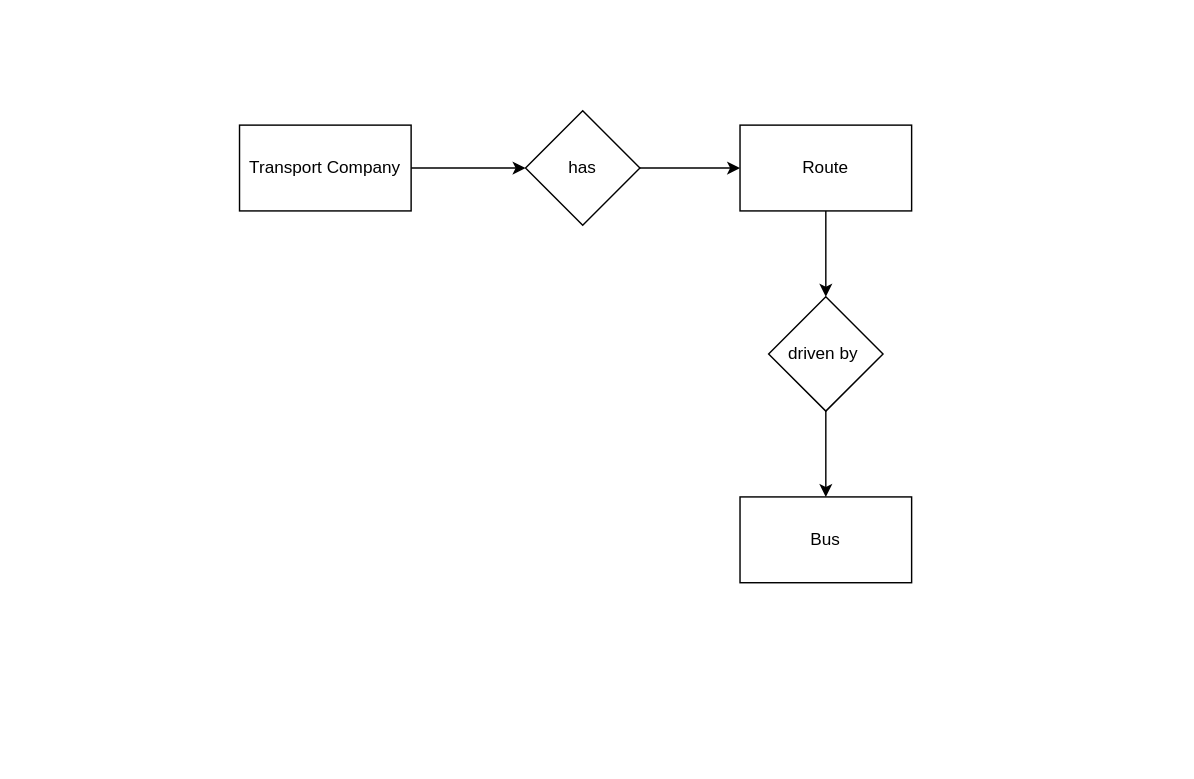
Earlier version of the draw.io diagram page "Page-2" (2 of 3) of transportcompany.drawio (Arnaldo1990/Database-Development-Day-1). Source tidied: cells renumbered, new cells numbered last; positions are measured from the earlier drawing's top-left corner, leaving out a move shared by most shapes. Both pictures are drawn from the tidied source at 143%, with x=0, y=0 at pixel (239, 110).
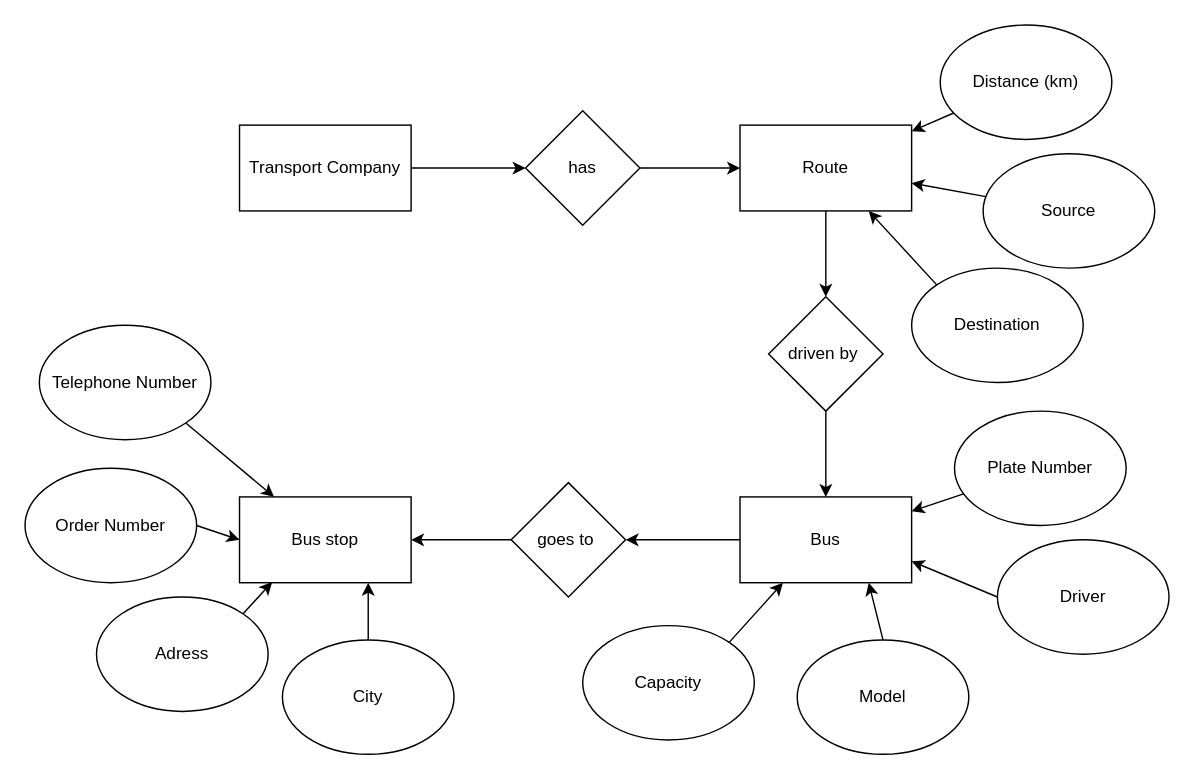
The same diagram, later.

Unchanged cells that the change refers to:
```xml
<mxCell id="5" value="Route" style="rounded=0;whiteSpace=wrap;html=1;" parent="1" vertex="1">
  <mxGeometry x="350" y="10" width="120" height="60" as="geometry" />
</mxCell>
<mxCell id="8" value="Bus" style="rounded=0;whiteSpace=wrap;html=1;" parent="1" vertex="1">
  <mxGeometry x="350" y="270" width="120" height="60" as="geometry" />
</mxCell>
```

What changed in the source:
```diff
@@
+    <mxCell id="11" style="edgeStyle=none;html=1;" parent="1" edge="1" source="8" target="28">
+      <mxGeometry relative="1" as="geometry" />
+    </mxCell>
@@
+    <mxCell id="12" style="edgeStyle=none;html=1;" parent="1" edge="1" source="13" target="5">
+      <mxGeometry relative="1" as="geometry" />
+    </mxCell>
+    <mxCell id="13" value="Distance (km)" style="ellipse;whiteSpace=wrap;html=1;" parent="1" vertex="1">
+      <mxGeometry x="490" y="-60" width="120" height="80" as="geometry" />
+    </mxCell>
+    <mxCell id="14" style="edgeStyle=none;html=1;" parent="1" edge="1" source="15" target="5">
+      <mxGeometry relative="1" as="geometry" />
+    </mxCell>
+    <mxCell id="15" value="Source" style="ellipse;whiteSpace=wrap;html=1;" parent="1" vertex="1">
+      <mxGeometry x="520" y="30" width="120" height="80" as="geometry" />
+    </mxCell>
+    <mxCell id="16" style="edgeStyle=none;html=1;exitX=0;exitY=0;exitDx=0;exitDy=0;entryX=0.75;entryY=1;entryDx=0;entryDy=0;" parent="1" edge="1" source="17" target="5">
+      <mxGeometry relative="1" as="geometry" />
+    </mxCell>
+    <mxCell id="17" value="Destination" style="ellipse;whiteSpace=wrap;html=1;" parent="1" vertex="1">
+      <mxGeometry x="470" y="110" width="120" height="80" as="geometry" />
+    </mxCell>
+    <mxCell id="18" style="edgeStyle=none;html=1;" parent="1" edge="1" source="19" target="8">
+      <mxGeometry relative="1" as="geometry" />
+    </mxCell>
+    <mxCell id="19" value="Plate Number" style="ellipse;whiteSpace=wrap;html=1;" parent="1" vertex="1">
+      <mxGeometry x="500" y="210" width="120" height="80" as="geometry" />
+    </mxCell>
+    <mxCell id="20" style="edgeStyle=none;html=1;exitX=0;exitY=0.5;exitDx=0;exitDy=0;entryX=1;entryY=0.75;entryDx=0;entryDy=0;" parent="1" edge="1" source="21" target="8">
+      <mxGeometry relative="1" as="geometry" />
+    </mxCell>
+    <mxCell id="21" value="Driver" style="ellipse;whiteSpace=wrap;html=1;" parent="1" vertex="1">
+      <mxGeometry x="530" y="300" width="120" height="80" as="geometry" />
+    </mxCell>
+    <mxCell id="22" style="edgeStyle=none;html=1;exitX=0.5;exitY=0;exitDx=0;exitDy=0;entryX=0.75;entryY=1;entryDx=0;entryDy=0;" parent="1" edge="1" source="23" target="8">
+      <mxGeometry relative="1" as="geometry" />
+    </mxCell>
+    <mxCell id="23" value="Model" style="ellipse;whiteSpace=wrap;html=1;" parent="1" vertex="1">
+      <mxGeometry x="390" y="370" width="120" height="80" as="geometry" />
+    </mxCell>
+    <mxCell id="24" style="edgeStyle=none;html=1;exitX=1;exitY=0;exitDx=0;exitDy=0;entryX=0.25;entryY=1;entryDx=0;entryDy=0;" parent="1" edge="1" source="25" target="8">
+      <mxGeometry relative="1" as="geometry" />
+    </mxCell>
+    <mxCell id="25" value="Capacity" style="ellipse;whiteSpace=wrap;html=1;" parent="1" vertex="1">
+      <mxGeometry x="240" y="360" width="120" height="80" as="geometry" />
+    </mxCell>
+    <mxCell id="26" value="Bus stop" style="rounded=0;whiteSpace=wrap;html=1;" parent="1" vertex="1">
+      <mxGeometry y="270" width="120" height="60" as="geometry" />
+    </mxCell>
+    <mxCell id="27" style="edgeStyle=none;html=1;" parent="1" edge="1" source="28" target="26">
+      <mxGeometry relative="1" as="geometry" />
+    </mxCell>
+    <mxCell id="28" value="goes to&amp;nbsp;" style="rhombus;whiteSpace=wrap;html=1;" parent="1" vertex="1">
+      <mxGeometry x="190" y="260" width="80" height="80" as="geometry" />
+    </mxCell>
+    <mxCell id="29" style="edgeStyle=none;html=1;exitX=0.5;exitY=0;exitDx=0;exitDy=0;entryX=0.75;entryY=1;entryDx=0;entryDy=0;" parent="1" edge="1" source="30" target="26">
+      <mxGeometry relative="1" as="geometry" />
+    </mxCell>
+    <mxCell id="30" value="City" style="ellipse;whiteSpace=wrap;html=1;" parent="1" vertex="1">
+      <mxGeometry x="30" y="370" width="120" height="80" as="geometry" />
+    </mxCell>
+    <mxCell id="31" style="edgeStyle=none;html=1;exitX=1;exitY=0;exitDx=0;exitDy=0;entryX=0.19;entryY=0.993;entryDx=0;entryDy=0;entryPerimeter=0;" parent="1" edge="1" source="32" target="26">
+      <mxGeometry relative="1" as="geometry" />
+    </mxCell>
+    <mxCell id="32" value="Adress" style="ellipse;whiteSpace=wrap;html=1;" parent="1" vertex="1">
+      <mxGeometry x="-100" y="340" width="120" height="80" as="geometry" />
+    </mxCell>
+    <mxCell id="33" style="edgeStyle=none;html=1;exitX=1;exitY=0.5;exitDx=0;exitDy=0;entryX=0;entryY=0.5;entryDx=0;entryDy=0;" parent="1" edge="1" source="34" target="26">
+      <mxGeometry relative="1" as="geometry" />
+    </mxCell>
+    <mxCell id="34" value="Order Number" style="ellipse;whiteSpace=wrap;html=1;" parent="1" vertex="1">
+      <mxGeometry x="-150" y="250" width="120" height="80" as="geometry" />
+    </mxCell>
+    <mxCell id="35" style="edgeStyle=none;html=1;exitX=1;exitY=1;exitDx=0;exitDy=0;" parent="1" edge="1" source="36" target="26">
+      <mxGeometry relative="1" as="geometry" />
+    </mxCell>
+    <mxCell id="36" value="Telephone Number" style="ellipse;whiteSpace=wrap;html=1;" parent="1" vertex="1">
+      <mxGeometry x="-140" y="150" width="120" height="80" as="geometry" />
+    </mxCell>
```
